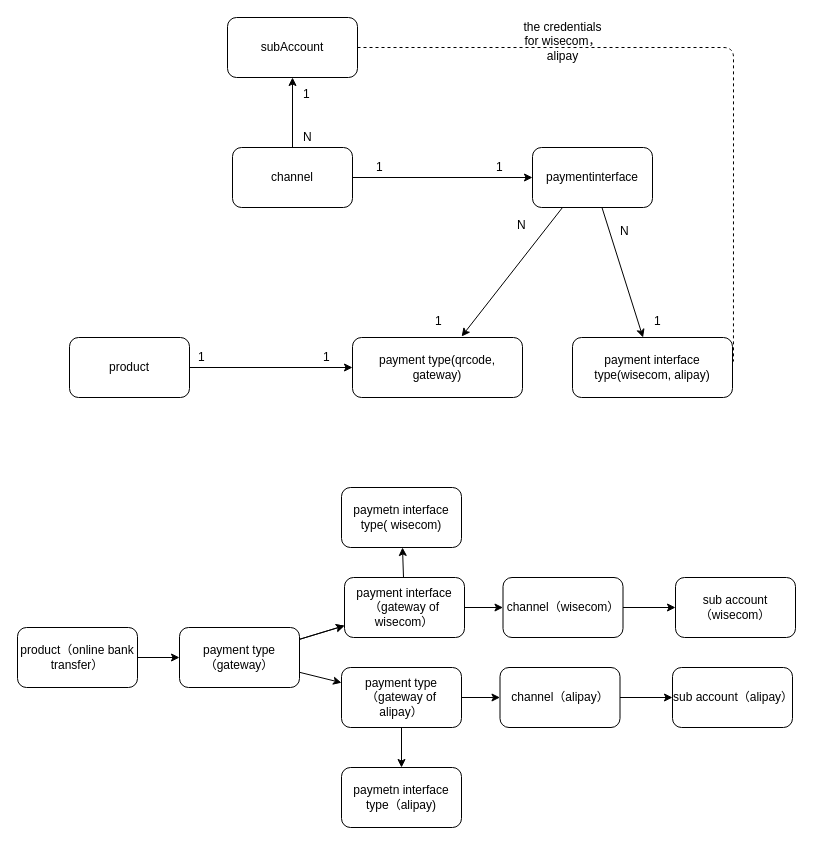
Earlier version of the draw.io diagram payment_type_relationship.drawio (dengjunwen/UML). Source tidied: cells renumbered, new cells numbered last; positions are measured from the earlier drawing's top-left corner, leaving out a move shared by most shapes. Both pictures are drawn from the tidied source at 100%, with x=0, y=0 at pixel (17, 17).
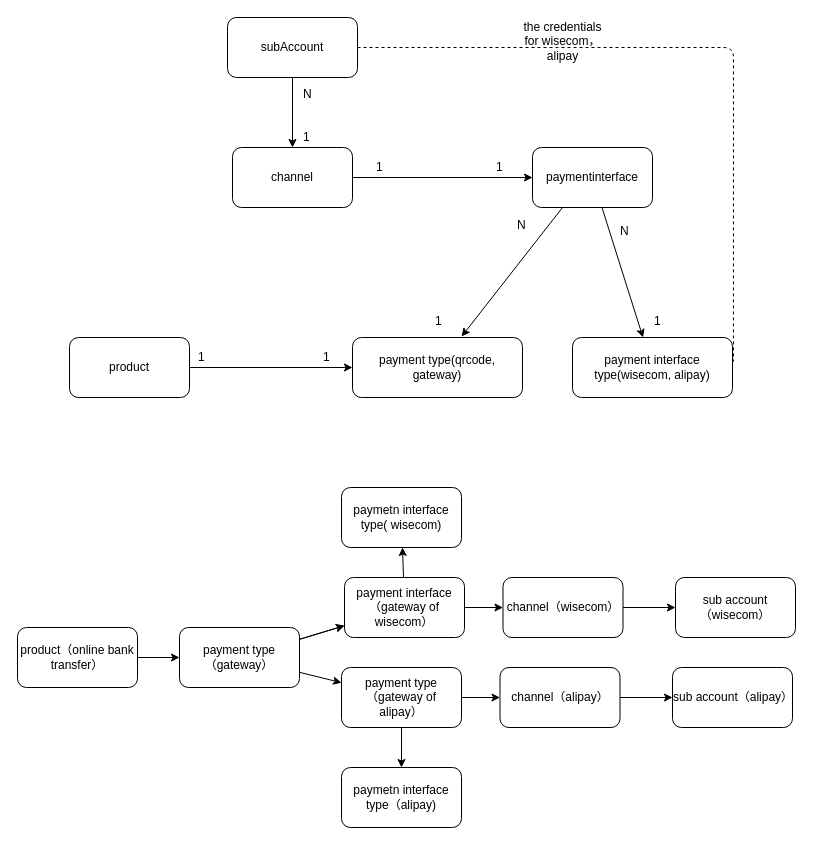
After the change.

The change refers to these unchanged cells:
```xml
<mxCell id="4" value="channel" style="rounded=1;whiteSpace=wrap;html=1;" parent="1" vertex="1">
  <mxGeometry x="215" y="130" width="120" height="60" as="geometry" />
</mxCell>
<mxCell id="5" value="subAccount" style="rounded=1;whiteSpace=wrap;html=1;" parent="1" vertex="1">
  <mxGeometry x="210" width="130" height="60" as="geometry" />
</mxCell>
```

Diff of the diagram source:
```diff
@@
-    <mxCell id="3" style="edgeStyle=none;rounded=0;jettySize=auto;html=1;" parent="1" edge="1" source="4" target="5">
-      <mxGeometry relative="1" as="geometry" />
-    </mxCell>
@@
+    <mxCell id="46" style="edgeStyle=orthogonalEdgeStyle;rounded=0;jettySize=auto;html=1;" parent="1" edge="1" source="5" target="4">
+      <mxGeometry relative="1" as="geometry" />
+    </mxCell>
@@
     <mxCell id="17" value="N" style="text;html=1;align=left;verticalAlign=top;spacingTop=-4;" parent="1" vertex="1">
-      <mxGeometry x="284" y="110" width="20" height="20" as="geometry" />
+      <mxGeometry x="284" y="67" width="20" height="20" as="geometry" />
     </mxCell>
     <mxCell id="18" value="1" style="text;html=1;align=left;verticalAlign=top;spacingTop=-4;" parent="1" vertex="1">
-      <mxGeometry x="284" y="67" width="20" height="20" as="geometry" />
+      <mxGeometry x="284" y="110" width="20" height="20" as="geometry" />
     </mxCell>
```
